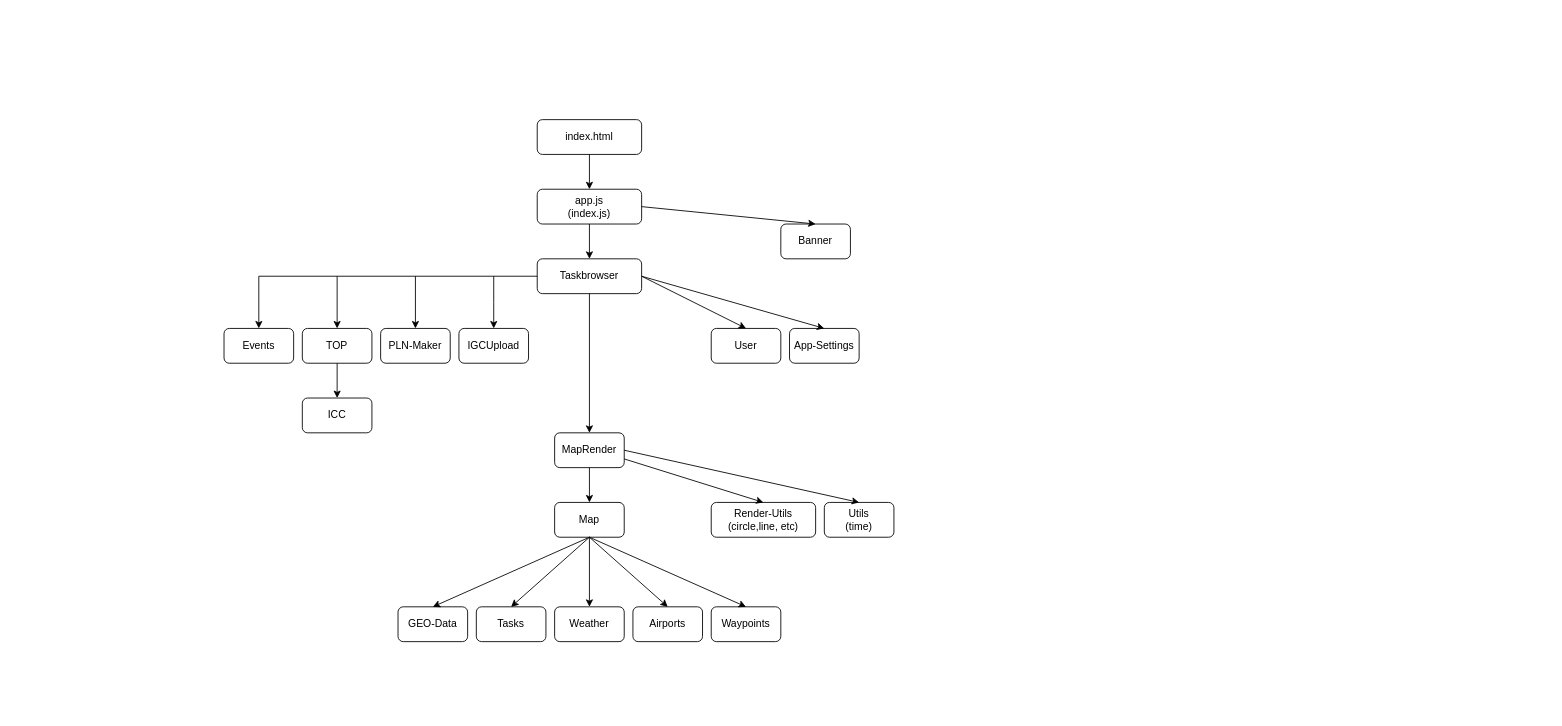
This is otherdata/FlowChart.drawio from Fake448/SoaringTaskBrowser, a draw.io file, before an edit. Source tidied: cells renumbered, new cells numbered last; positions are measured from the earlier drawing's top-left corner, leaving out a move shared by most shapes. Both pictures are drawn from the tidied source at 87%, with x=0, y=0 at pixel (224, 119).
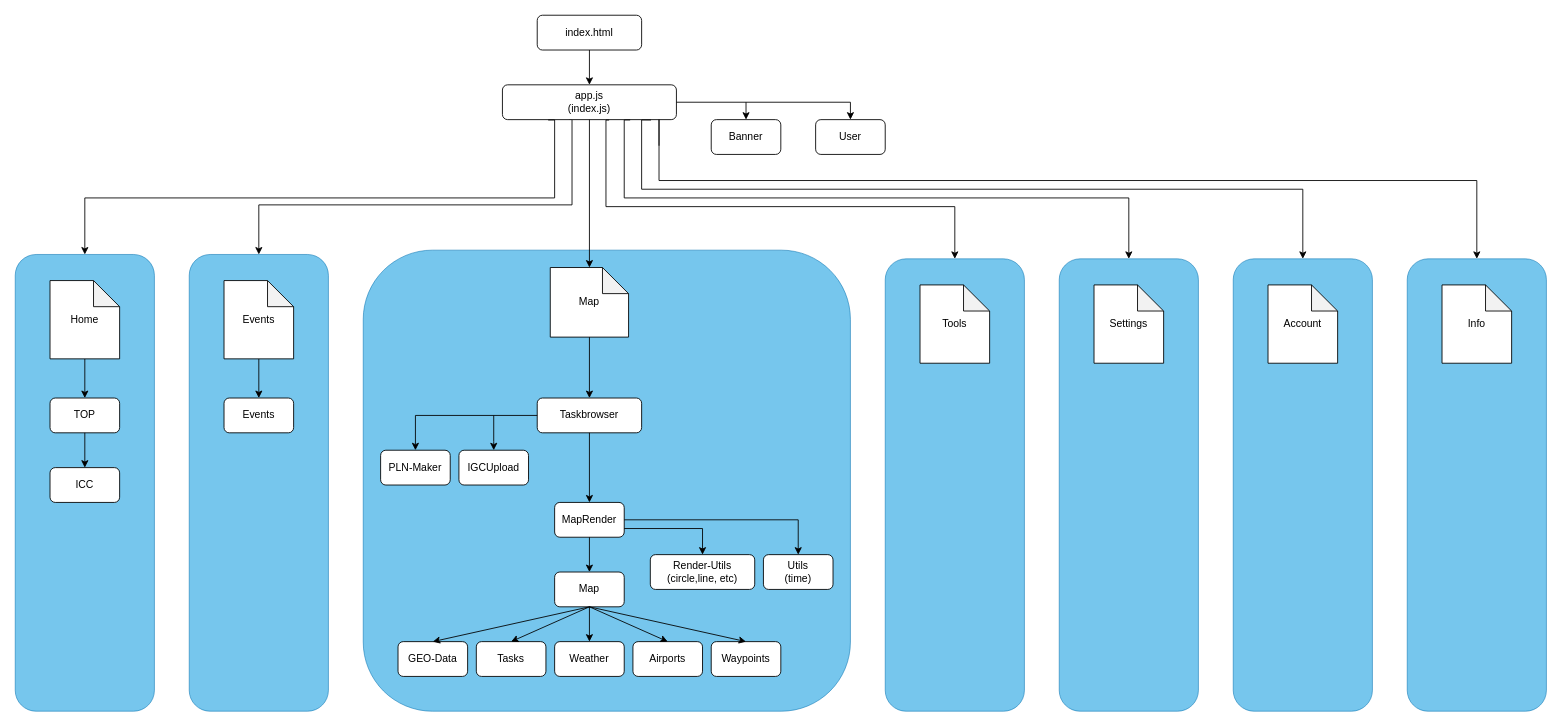
The same page after the edit.

What changed in the source:
```diff
@@
+    <mxCell id="42" style="rounded=1;whiteSpace=wrap;html=1;fillColor=#1ba1e2;fontColor=#ffffff;strokeColor=#006EAF;opacity=60;" parent="1" vertex="1">
+      <mxGeometry x="760" y="160" width="160" height="520" as="geometry" />
+    </mxCell>
+    <mxCell id="43" style="rounded=1;whiteSpace=wrap;html=1;fillColor=#1ba1e2;fontColor=#ffffff;strokeColor=#006EAF;opacity=60;" parent="1" vertex="1">
+      <mxGeometry x="960" y="160" width="160" height="520" as="geometry" />
+    </mxCell>
+    <mxCell id="44" style="rounded=1;whiteSpace=wrap;html=1;fillColor=#1ba1e2;fontColor=#ffffff;strokeColor=#006EAF;opacity=60;" parent="1" vertex="1">
+      <mxGeometry x="-240" y="155" width="160" height="525" as="geometry" />
+    </mxCell>
+    <mxCell id="45" style="rounded=1;whiteSpace=wrap;html=1;fillColor=#1ba1e2;fontColor=#ffffff;strokeColor=#006EAF;opacity=60;" parent="1" vertex="1">
+      <mxGeometry x="-40" y="155" width="160" height="525" as="geometry" />
+    </mxCell>
+    <mxCell id="46" style="rounded=1;whiteSpace=wrap;html=1;fillColor=#1ba1e2;fontColor=#ffffff;strokeColor=#006EAF;opacity=60;" parent="1" vertex="1">
+      <mxGeometry x="160" y="150" width="560" height="530" as="geometry" />
+    </mxCell>
     <mxCell id="2" value="index.html" style="rounded=1;whiteSpace=wrap;html=1;" parent="1" vertex="1">
-      <mxGeometry x="360" width="120" height="40" as="geometry" />
+      <mxGeometry x="360" y="-120" width="120" height="40" as="geometry" />
     </mxCell>
+    <mxCell id="47" style="edgeStyle=orthogonalEdgeStyle;rounded=0;jettySize=auto;html=1;exitX=0.382;exitY=0.991;exitDx=0;exitDy=0;exitPerimeter=0;entryX=0.5;entryY=0;entryDx=0;entryDy=0;" parent="1" edge="1" source="3" target="45">
+      <mxGeometry relative="1" as="geometry">
+        <Array as="points">
+          <mxPoint x="400" y="98" />
+          <mxPoint x="40" y="98" />
+        </Array>
+      </mxGeometry>
+    </mxCell>
     <mxCell id="3" value="app.js&lt;div&gt;(index.js)&lt;/div&gt;" style="rounded=1;whiteSpace=wrap;html=1;" parent="1" vertex="1">
-      <mxGeometry x="360" y="80" width="120" height="40" as="geometry" />
+      <mxGeometry x="320" y="-40" width="200" height="40" as="geometry" />
     </mxCell>
     <mxCell id="4" value="Taskbrowser" style="rounded=1;whiteSpace=wrap;html=1;" parent="1" vertex="1">
-      <mxGeometry x="360" y="160" width="120" height="40" as="geometry" />
+      <mxGeometry x="360" y="320" width="120" height="40" as="geometry" />
     </mxCell>
     <mxCell id="5" value="Map" style="rounded=1;whiteSpace=wrap;html=1;" parent="1" vertex="1">
-      <mxGeometry x="380" y="440" width="80" height="40" as="geometry" />
+      <mxGeometry x="380" y="520" width="80" height="40" as="geometry" />
     </mxCell>
     <mxCell id="6" value="Tasks" style="rounded=1;whiteSpace=wrap;html=1;" parent="1" vertex="1">
-      <mxGeometry x="290" y="560" width="80" height="40" as="geometry" />
+      <mxGeometry x="290" y="600" width="80" height="40" as="geometry" />
     </mxCell>
@@
-    <mxCell id="8" style="endArrow=classic;html=1;rounded=0;exitX=0.5;exitY=1;exitDx=0;exitDy=0;entryX=0.5;entryY=0;entryDx=0;entryDy=0;" parent="1" edge="1" source="3" target="4">
-      <mxGeometry relative="1" as="geometry" />
+    <mxCell id="8" style="endArrow=classic;html=1;rounded=0;exitX=0.5;exitY=1;exitDx=0;exitDy=0;" parent="1" edge="1" source="3">
+      <mxGeometry relative="1" as="geometry">
+        <mxPoint x="420" y="170" as="targetPoint" />
+      </mxGeometry>
     </mxCell>
@@
     <mxCell id="11" value="User" style="rounded=1;whiteSpace=wrap;html=1;" parent="1" vertex="1">
-      <mxGeometry x="560" y="240" width="80" height="40" as="geometry" />
+      <mxGeometry x="680" width="80" height="40" as="geometry" />
     </mxCell>
-    <mxCell id="12" style="endArrow=classic;html=1;rounded=0;entryX=0.5;entryY=0;entryDx=0;entryDy=0;exitX=1;exitY=0.5;exitDx=0;exitDy=0;" parent="1" edge="1" source="4" target="11">
-      <mxGeometry relative="1" as="geometry" />
+    <mxCell id="12" style="endArrow=classic;html=1;rounded=0;entryX=0.5;entryY=0;entryDx=0;entryDy=0;exitX=1;exitY=0.5;exitDx=0;exitDy=0;" parent="1" edge="1" source="3" target="11">
+      <mxGeometry relative="1" as="geometry">
+        <Array as="points">
+          <mxPoint x="720" y="-20" />
+        </Array>
+      </mxGeometry>
     </mxCell>
     <mxCell id="13" value="IGCUpload" style="rounded=1;whiteSpace=wrap;html=1;" parent="1" vertex="1">
-      <mxGeometry x="270" y="240" width="80" height="40" as="geometry" />
+      <mxGeometry x="270" y="380" width="80" height="40" as="geometry" />
     </mxCell>
     <mxCell id="14" style="endArrow=classic;html=1;rounded=0;entryX=0.5;entryY=0;entryDx=0;entryDy=0;" parent="1" edge="1" target="13">
       <mxGeometry relative="1" as="geometry">
-        <mxPoint x="310" y="180" as="sourcePoint" />
+        <mxPoint x="310" y="340" as="sourcePoint" />
         <Array as="points">
-          <mxPoint x="310" y="210" />
+          <mxPoint x="310" y="370" />
         </Array>
       </mxGeometry>
     </mxCell>
     <mxCell id="15" value="Weather" style="rounded=1;whiteSpace=wrap;html=1;" parent="1" vertex="1">
-      <mxGeometry x="380" y="560" width="80" height="40" as="geometry" />
+      <mxGeometry x="380" y="600" width="80" height="40" as="geometry" />
     </mxCell>
@@
     <mxCell id="17" value="Airports" style="rounded=1;whiteSpace=wrap;html=1;" parent="1" vertex="1">
-      <mxGeometry x="470" y="560" width="80" height="40" as="geometry" />
+      <mxGeometry x="470" y="600" width="80" height="40" as="geometry" />
     </mxCell>
     <mxCell id="18" value="GEO-Data" style="rounded=1;whiteSpace=wrap;html=1;" parent="1" vertex="1">
-      <mxGeometry x="200" y="560" width="80" height="40" as="geometry" />
+      <mxGeometry x="200" y="600" width="80" height="40" as="geometry" />
     </mxCell>
@@
     <mxCell id="20" value="MapRender" style="rounded=1;whiteSpace=wrap;html=1;" parent="1" vertex="1">
-      <mxGeometry x="380" y="360" width="80" height="40" as="geometry" />
+      <mxGeometry x="380" y="440" width="80" height="40" as="geometry" />
     </mxCell>
@@
     <mxCell id="22" style="endArrow=classic;html=1;rounded=0;entryX=0.5;entryY=0;entryDx=0;entryDy=0;" parent="1" edge="1" target="18">
       <mxGeometry relative="1" as="geometry">
-        <mxPoint x="420" y="480" as="sourcePoint" />
+        <mxPoint x="420" y="560" as="sourcePoint" />
       </mxGeometry>
     </mxCell>
     <mxCell id="23" value="Utils&lt;div&gt;(time)&lt;/div&gt;" style="rounded=1;whiteSpace=wrap;html=1;" parent="1" vertex="1">
-      <mxGeometry x="690" y="440" width="80" height="40" as="geometry" />
+      <mxGeometry x="620" y="500" width="80" height="40" as="geometry" />
     </mxCell>
     <mxCell id="24" value="Render-Utils&lt;div&gt;(circle,line, etc)&lt;/div&gt;" style="rounded=1;whiteSpace=wrap;html=1;" parent="1" vertex="1">
-      <mxGeometry x="560" y="440" width="120" height="40" as="geometry" />
+      <mxGeometry x="490" y="500" width="120" height="40" as="geometry" />
     </mxCell>
     <mxCell id="25" style="endArrow=classic;html=1;rounded=0;exitX=1;exitY=0.75;exitDx=0;exitDy=0;entryX=0.5;entryY=0;entryDx=0;entryDy=0;" parent="1" edge="1" source="20" target="24">
-      <mxGeometry relative="1" as="geometry" />
+      <mxGeometry relative="1" as="geometry">
+        <Array as="points">
+          <mxPoint x="550" y="470" />
+        </Array>
+      </mxGeometry>
     </mxCell>
     <mxCell id="26" style="endArrow=classic;html=1;rounded=0;exitX=1;exitY=0.5;exitDx=0;exitDy=0;entryX=0.5;entryY=0;entryDx=0;entryDy=0;" parent="1" edge="1" source="20" target="23">
-      <mxGeometry relative="1" as="geometry" />
+      <mxGeometry relative="1" as="geometry">
+        <Array as="points">
+          <mxPoint x="660" y="460" />
+        </Array>
+      </mxGeometry>
     </mxCell>
     <mxCell id="27" value="Waypoints" style="rounded=1;whiteSpace=wrap;html=1;" parent="1" vertex="1">
-      <mxGeometry x="560" y="560" width="80" height="40" as="geometry" />
+      <mxGeometry x="560" y="600" width="80" height="40" as="geometry" />
     </mxCell>
     <mxCell id="28" style="endArrow=classic;html=1;rounded=0;entryX=0.5;entryY=0;entryDx=0;entryDy=0;" parent="1" edge="1" target="27">
       <mxGeometry relative="1" as="geometry">
-        <mxPoint x="420" y="480" as="sourcePoint" />
+        <mxPoint x="420" y="560" as="sourcePoint" />
       </mxGeometry>
     </mxCell>
     <mxCell id="29" value="Banner" style="rounded=1;whiteSpace=wrap;html=1;" parent="1" vertex="1">
-      <mxGeometry x="640" y="120" width="80" height="40" as="geometry" />
+      <mxGeometry x="560" width="80" height="40" as="geometry" />
     </mxCell>
-    <mxCell id="30" style="endArrow=classic;html=1;rounded=0;entryX=0.5;entryY=0;entryDx=0;entryDy=0;elbow=vertical;exitX=1;exitY=0.5;exitDx=0;exitDy=0;" parent="1" edge="1" source="3" target="29">
-      <mxGeometry relative="1" as="geometry" />
+    <mxCell id="30" style="endArrow=classic;html=1;rounded=0;entryX=0.5;entryY=0;entryDx=0;entryDy=0;elbow=vertical;" parent="1" edge="1" target="29">
+      <mxGeometry relative="1" as="geometry">
+        <mxPoint x="600" y="-20" as="sourcePoint" />
+      </mxGeometry>
     </mxCell>
     <mxCell id="31" value="PLN-Maker" style="rounded=1;whiteSpace=wrap;html=1;" parent="1" vertex="1">
-      <mxGeometry x="180" y="240" width="80" height="40" as="geometry" />
+      <mxGeometry x="180" y="380" width="80" height="40" as="geometry" />
     </mxCell>
     <mxCell id="32" style="endArrow=classic;html=1;rounded=0;entryX=0.5;entryY=0;entryDx=0;entryDy=0;" parent="1" edge="1" target="31">
       <mxGeometry relative="1" as="geometry">
-        <mxPoint x="220" y="180" as="sourcePoint" />
+        <mxPoint x="220" y="340" as="sourcePoint" />
       </mxGeometry>
     </mxCell>
     <mxCell id="33" value="TOP" style="rounded=1;whiteSpace=wrap;html=1;" parent="1" vertex="1">
-      <mxGeometry x="90" y="240" width="80" height="40" as="geometry" />
+      <mxGeometry x="-200" y="320" width="80" height="40" as="geometry" />
     </mxCell>
     <mxCell id="34" value="ICC" style="rounded=1;whiteSpace=wrap;html=1;" parent="1" vertex="1">
-      <mxGeometry x="90" y="320" width="80" height="40" as="geometry" />
+      <mxGeometry x="-200" y="400" width="80" height="40" as="geometry" />
     </mxCell>
@@
     <mxCell id="36" style="endArrow=none;html=1;rounded=0;entryX=0;entryY=0.5;entryDx=0;entryDy=0;" parent="1" edge="1" target="4">
       <mxGeometry relative="1" as="geometry">
-        <mxPoint x="40" y="180" as="sourcePoint" />
+        <mxPoint x="220" y="340" as="sourcePoint" />
       </mxGeometry>
     </mxCell>
-    <mxCell id="37" style="endArrow=classic;html=1;rounded=0;entryX=0.5;entryY=0;entryDx=0;entryDy=0;" parent="1" edge="1" target="33">
-      <mxGeometry relative="1" as="geometry">
-        <mxPoint x="130" y="180" as="sourcePoint" />
-      </mxGeometry>
+    <mxCell id="37" style="endArrow=classic;html=1;rounded=0;entryX=0.5;entryY=0;entryDx=0;entryDy=0;exitX=0.5;exitY=1;exitDx=0;exitDy=0;exitPerimeter=0;" parent="1" edge="1" source="52" target="33">
+      <mxGeometry relative="1" as="geometry" />
     </mxCell>
     <mxCell id="38" value="Events" style="rounded=1;whiteSpace=wrap;html=1;" parent="1" vertex="1">
-      <mxGeometry y="240" width="80" height="40" as="geometry" />
+      <mxGeometry y="320" width="80" height="40" as="geometry" />
     </mxCell>
-    <mxCell id="39" style="endArrow=classic;html=1;rounded=0;entryX=0.5;entryY=0;entryDx=0;entryDy=0;" parent="1" edge="1" target="38">
-      <mxGeometry relative="1" as="geometry">
-        <mxPoint x="40" y="180" as="sourcePoint" />
-      </mxGeometry>
+    <mxCell id="39" style="endArrow=classic;html=1;rounded=0;entryX=0.5;entryY=0;entryDx=0;entryDy=0;exitX=0.5;exitY=1;exitDx=0;exitDy=0;exitPerimeter=0;" parent="1" edge="1" source="50" target="38">
+      <mxGeometry relative="1" as="geometry" />
     </mxCell>
-    <mxCell id="40" value="App-Settings" style="rounded=1;whiteSpace=wrap;html=1;" parent="1" vertex="1">
-      <mxGeometry x="650" y="240" width="80" height="40" as="geometry" />
-    </mxCell>
-    <mxCell id="41" style="endArrow=classic;html=1;rounded=0;entryX=0.5;entryY=0;entryDx=0;entryDy=0;" parent="1" edge="1">
-      <mxGeometry relative="1" as="geometry">
-        <mxPoint x="480" y="180" as="sourcePoint" />
-        <mxPoint x="690" y="240" as="targetPoint" />
-      </mxGeometry>
-    </mxCell>
+    <mxCell id="48" style="endArrow=classic;html=1;rounded=0;entryX=0.5;entryY=0;entryDx=0;entryDy=0;exitX=0.5;exitY=1;exitDx=0;exitDy=0;exitPerimeter=0;" parent="1" edge="1" source="49" target="4">
+      <mxGeometry relative="1" as="geometry" />
+    </mxCell>
+    <mxCell id="49" value="Map" style="shape=note;whiteSpace=wrap;html=1;backgroundOutline=1;darkOpacity=0.05;" parent="1" vertex="1">
+      <mxGeometry x="375" y="170" width="90" height="80" as="geometry" />
+    </mxCell>
+    <mxCell id="50" value="Events" style="shape=note;whiteSpace=wrap;html=1;backgroundOutline=1;darkOpacity=0.05;" parent="1" vertex="1">
+      <mxGeometry y="185" width="80" height="90" as="geometry" />
+    </mxCell>
+    <mxCell id="51" style="edgeStyle=orthogonalEdgeStyle;rounded=0;jettySize=auto;html=1;entryX=0.5;entryY=0;entryDx=0;entryDy=0;exitX=0.263;exitY=1.011;exitDx=0;exitDy=0;exitPerimeter=0;" parent="1" edge="1" source="3" target="44">
+      <mxGeometry relative="1" as="geometry">
+        <Array as="points">
+          <mxPoint x="380" y="90" />
+          <mxPoint x="-160" y="90" />
+        </Array>
+      </mxGeometry>
+    </mxCell>
+    <mxCell id="52" value="Home" style="shape=note;whiteSpace=wrap;html=1;backgroundOutline=1;darkOpacity=0.05;" parent="1" vertex="1">
+      <mxGeometry x="-200" y="185" width="80" height="90" as="geometry" />
+    </mxCell>
+    <mxCell id="53" value="Tools" style="shape=note;whiteSpace=wrap;html=1;backgroundOutline=1;darkOpacity=0.05;" parent="1" vertex="1">
+      <mxGeometry x="800" y="190" width="80" height="90" as="geometry" />
+    </mxCell>
+    <mxCell id="54" value="Settings" style="shape=note;whiteSpace=wrap;html=1;backgroundOutline=1;darkOpacity=0.05;" parent="1" vertex="1">
+      <mxGeometry x="1000" y="190" width="80" height="90" as="geometry" />
+    </mxCell>
+    <mxCell id="55" style="rounded=1;whiteSpace=wrap;html=1;fillColor=#1ba1e2;fontColor=#ffffff;strokeColor=#006EAF;opacity=60;" parent="1" vertex="1">
+      <mxGeometry x="1160" y="160" width="160" height="520" as="geometry" />
+    </mxCell>
+    <mxCell id="56" style="rounded=1;whiteSpace=wrap;html=1;fillColor=#1ba1e2;fontColor=#ffffff;strokeColor=#006EAF;opacity=60;" parent="1" vertex="1">
+      <mxGeometry x="1360" y="160" width="160" height="520" as="geometry" />
+    </mxCell>
+    <mxCell id="57" value="Account" style="shape=note;whiteSpace=wrap;html=1;backgroundOutline=1;darkOpacity=0.05;" parent="1" vertex="1">
+      <mxGeometry x="1200" y="190" width="80" height="90" as="geometry" />
+    </mxCell>
+    <mxCell id="58" value="Info" style="shape=note;whiteSpace=wrap;html=1;backgroundOutline=1;darkOpacity=0.05;" parent="1" vertex="1">
+      <mxGeometry x="1400" y="190" width="80" height="90" as="geometry" />
+    </mxCell>
+    <mxCell id="59" style="endArrow=classic;html=1;rounded=0;entryX=0.5;entryY=0;entryDx=0;entryDy=0;edgeStyle=orthogonalEdgeStyle;exitX=0.613;exitY=1.013;exitDx=0;exitDy=0;exitPerimeter=0;" parent="1" edge="1" source="3" target="42">
+      <mxGeometry relative="1" as="geometry">
+        <Array as="points">
+          <mxPoint x="439" y="100" />
+          <mxPoint x="840" y="100" />
+        </Array>
+      </mxGeometry>
+    </mxCell>
+    <mxCell id="60" style="endArrow=classic;html=1;rounded=0;edgeStyle=orthogonalEdgeStyle;entryX=0.5;entryY=0;entryDx=0;entryDy=0;exitX=0.734;exitY=1.009;exitDx=0;exitDy=0;exitPerimeter=0;" parent="1" edge="1" source="3" target="43">
+      <mxGeometry relative="1" as="geometry">
+        <Array as="points">
+          <mxPoint x="460" y="90" />
+          <mxPoint x="1040" y="90" />
+        </Array>
+      </mxGeometry>
+    </mxCell>
+    <mxCell id="61" style="endArrow=classic;html=1;rounded=0;edgeStyle=orthogonalEdgeStyle;entryX=0.5;entryY=0;entryDx=0;entryDy=0;exitX=0.854;exitY=1.011;exitDx=0;exitDy=0;exitPerimeter=0;" parent="1" edge="1" source="3" target="55">
+      <mxGeometry relative="1" as="geometry">
+        <Array as="points">
+          <mxPoint x="480" y="80" />
+          <mxPoint x="1240" y="80" />
+        </Array>
+      </mxGeometry>
+    </mxCell>
+    <mxCell id="62" style="endArrow=classic;html=1;rounded=0;entryX=0.5;entryY=0;entryDx=0;entryDy=0;" parent="1" edge="1" target="56">
+      <mxGeometry relative="1" as="geometry">
+        <mxPoint x="500" y="30" as="sourcePoint" />
+        <Array as="points">
+          <mxPoint x="500" />
+          <mxPoint x="500" y="70" />
+          <mxPoint x="1440" y="70" />
+        </Array>
+      </mxGeometry>
+    </mxCell>
```
